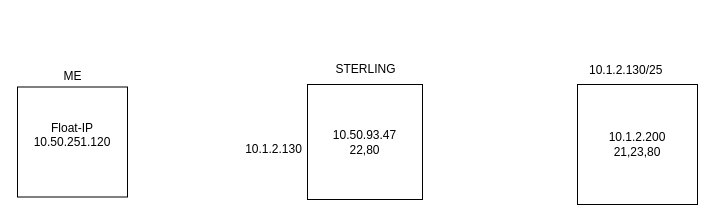
conrod12/networking keeps this draw.io diagram as Untitled Diagram.drawio. Above is the earlier version. Source tidied: cells renumbered, new cells numbered last; positions are measured from the earlier drawing's top-left corner, leaving out a move shared by most shapes. Both pictures are drawn from the tidied source at 100%, with x=0, y=0 at pixel (17, 54).
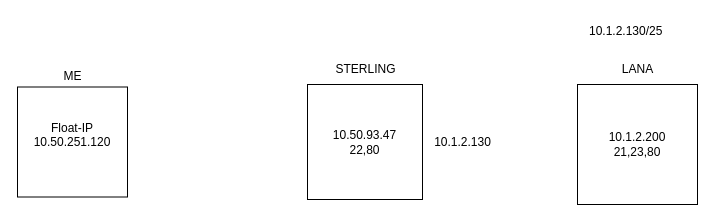
The same page after the edit.

The edit, as a diff of the source:
```diff
@@
 <mxGraphModel>
   <root>
     <mxCell id="0" />
     <mxCell id="1" parent="0" />
     <mxCell id="2" value="&lt;div&gt;Float-IP&lt;/div&gt;&lt;div&gt;10.50.251.120&lt;/div&gt;&lt;div&gt;&lt;br&gt;&lt;/div&gt;" style="whiteSpace=wrap;html=1;" parent="1" vertex="1">
       <mxGeometry y="32.5" width="110" height="110" as="geometry" />
     </mxCell>
     <mxCell id="3" value="ME" style="text;html=1;align=center;verticalAlign=middle;strokeColor=none;fillColor=none;" parent="1" vertex="1">
       <mxGeometry x="35" y="7" width="40" height="30" as="geometry" />
     </mxCell>
     <mxCell id="4" value="10.50.93.47&lt;div&gt;22,80&lt;/div&gt;" style="whiteSpace=wrap;html=1;" parent="1" vertex="1">
       <mxGeometry x="290" y="30" width="115" height="115" as="geometry" />
     </mxCell>
     <mxCell id="5" value="STERLING" style="text;html=1;align=center;verticalAlign=middle;strokeColor=none;fillColor=none;" parent="1" vertex="1">
       <mxGeometry x="307.5" width="80" height="30" as="geometry" />
     </mxCell>
     <mxCell id="6" value="10.1.2.130/25" style="text;whiteSpace=wrap;html=1;" parent="1" vertex="1">
-      <mxGeometry x="570" y="2" width="110" height="40" as="geometry" />
+      <mxGeometry x="570" y="-37" width="110" height="40" as="geometry" />
     </mxCell>
     <mxCell id="7" value="10.1.2.200&lt;div&gt;21,23,80&lt;/div&gt;" style="whiteSpace=wrap;html=1;" parent="1" vertex="1">
       <mxGeometry x="560" y="30" width="120" height="120" as="geometry" />
     </mxCell>
     <mxCell id="8" value="10.1.2.130" style="text;html=1;align=center;verticalAlign=middle;strokeColor=none;fillColor=none;" parent="1" vertex="1">
-      <mxGeometry x="216" y="80" width="80" height="30" as="geometry" />
+      <mxGeometry x="405" y="72.5" width="80" height="30" as="geometry" />
     </mxCell>
+    <mxCell id="9" value="LANA" style="text;html=1;align=center;verticalAlign=middle;strokeColor=none;fillColor=none;" parent="1" vertex="1">
+      <mxGeometry x="595" width="50" height="30" as="geometry" />
+    </mxCell>
   </root>
 </mxGraphModel>
```
